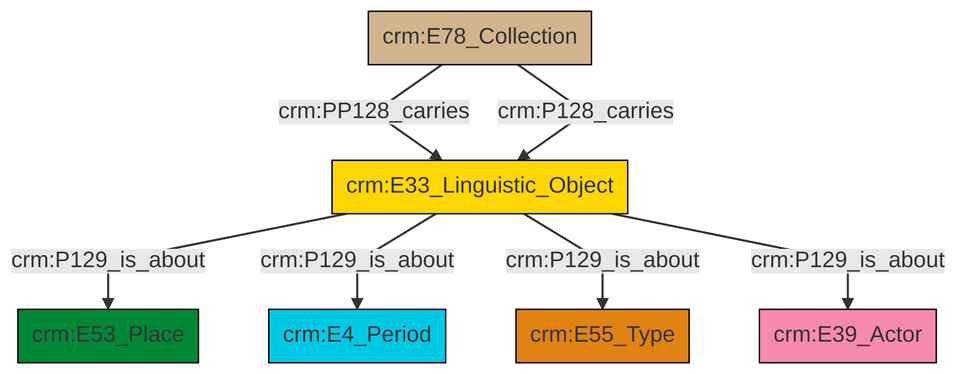
This is et/archivalCSV/ttl/mmd/png/archival_aboutness.png from swiss-art-research-net/docs.swissartresearch, a Mermaid export, as it was before one commit. Its source is kept beside it as et/archivalCSV/ttl/mmd/archival_aboutness.ttl.mmd. Source of this version:
```mermaid
graph TD
classDef Literal fill:#f2f2f2,stroke:#000000;
classDef CRM_Entity fill:#FFFFFF,stroke:#000000;
classDef Temporal_Entity fill:#00C9E6, stroke:#000000;
classDef Type fill:#E18312, stroke:#000000;
classDef Time-Span fill:#2C9C91, stroke:#000000;
classDef Appellation fill:#FFEB7F, stroke:#000000;
classDef Place fill:#008836, stroke:#000000;
classDef Persistent_Item fill:#B266B2, stroke:#000000;
classDef Conceptual_Object fill:#FFD700, stroke:#000000;
classDef Physical_Thing fill:#D2B48C, stroke:#000000;
classDef Actor fill:#f58aad, stroke:#000000;
classDef PC_Classes fill:#4ce600, stroke:#000000;
classDef Multi fill:#cccccc,stroke:#000000;

4["crm:E33_Linguistic_Object"]:::Conceptual_Object -->|crm:P129_is_about| 5["crm:E53_Place"]:::Place
0["crm:E78_Collection"]:::Physical_Thing -->|crm:PP128_carries| 4["crm:E33_Linguistic_Object"]:::Conceptual_Object
4["crm:E33_Linguistic_Object"]:::Conceptual_Object -->|crm:P129_is_about| 2["crm:E4_Period"]:::Temporal_Entity
4["crm:E33_Linguistic_Object"]:::Conceptual_Object -->|crm:P129_is_about| 6["crm:E55_Type"]:::Type
4["crm:E33_Linguistic_Object"]:::Conceptual_Object -->|crm:P129_is_about| 9["crm:E39_Actor"]:::Actor
0["crm:E78_Collection"]:::Physical_Thing -->|crm:P128_carries| 4["crm:E33_Linguistic_Object"]:::Conceptual_Object
```
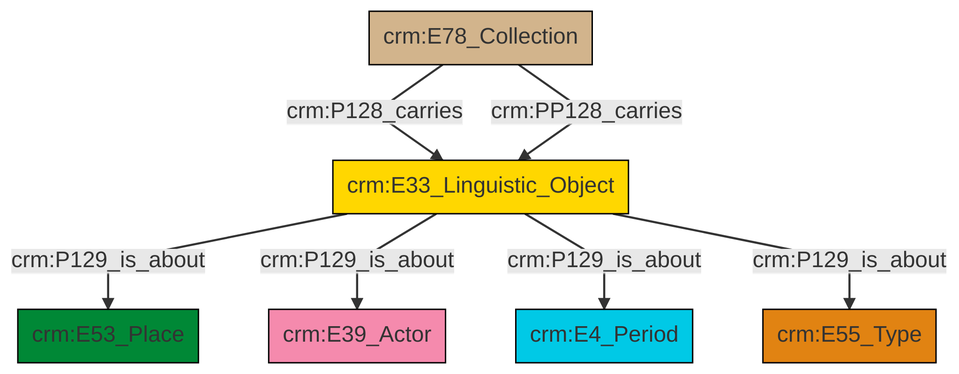
The same diagram one commit later.

What changed in the source:
```diff
@@ -13,9 +13,9 @@
 classDef PC_Classes fill:#4ce600, stroke:#000000;
 classDef Multi fill:#cccccc,stroke:#000000;
 
-4["crm:E33_Linguistic_Object"]:::Conceptual_Object -->|crm:P129_is_about| 5["crm:E53_Place"]:::Place
-0["crm:E78_Collection"]:::Physical_Thing -->|crm:PP128_carries| 4["crm:E33_Linguistic_Object"]:::Conceptual_Object
-4["crm:E33_Linguistic_Object"]:::Conceptual_Object -->|crm:P129_is_about| 2["crm:E4_Period"]:::Temporal_Entity
-4["crm:E33_Linguistic_Object"]:::Conceptual_Object -->|crm:P129_is_about| 6["crm:E55_Type"]:::Type
-4["crm:E33_Linguistic_Object"]:::Conceptual_Object -->|crm:P129_is_about| 9["crm:E39_Actor"]:::Actor
-0["crm:E78_Collection"]:::Physical_Thing -->|crm:P128_carries| 4["crm:E33_Linguistic_Object"]:::Conceptual_Object
+2["crm:E33_Linguistic_Object"]:::Conceptual_Object -->|crm:P129_is_about| 3["crm:E53_Place"]:::Place
+2["crm:E33_Linguistic_Object"]:::Conceptual_Object -->|crm:P129_is_about| 6["crm:E39_Actor"]:::Actor
+7["crm:E78_Collection"]:::Physical_Thing -->|crm:P128_carries| 2["crm:E33_Linguistic_Object"]:::Conceptual_Object
+7["crm:E78_Collection"]:::Physical_Thing -->|crm:PP128_carries| 2["crm:E33_Linguistic_Object"]:::Conceptual_Object
+2["crm:E33_Linguistic_Object"]:::Conceptual_Object -->|crm:P129_is_about| 4["crm:E4_Period"]:::Temporal_Entity
+2["crm:E33_Linguistic_Object"]:::Conceptual_Object -->|crm:P129_is_about| 0["crm:E55_Type"]:::Type
```
